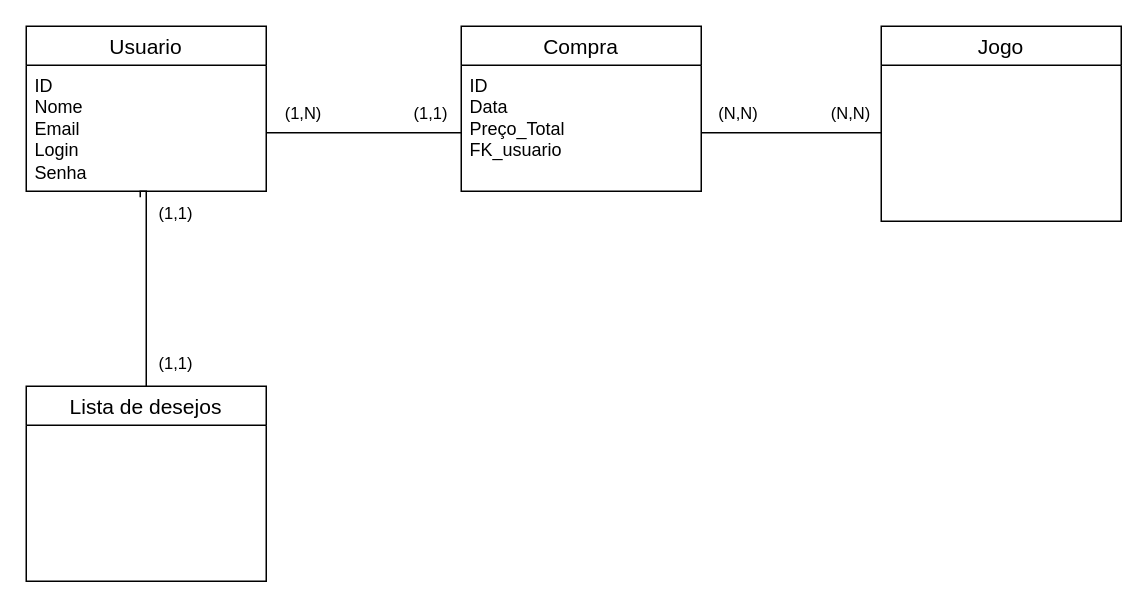
This is Diagrama de Relacionamento.drawio from JudilenaGalvao/API_Lojas_de_Jogos_Back, a draw.io file, before an edit. Source tidied: cells renumbered, new cells numbered last; positions are measured from the earlier drawing's top-left corner, leaving out a move shared by most shapes. Both pictures are drawn from the tidied source at 150%, with x=0, y=0 at pixel (26, 26).
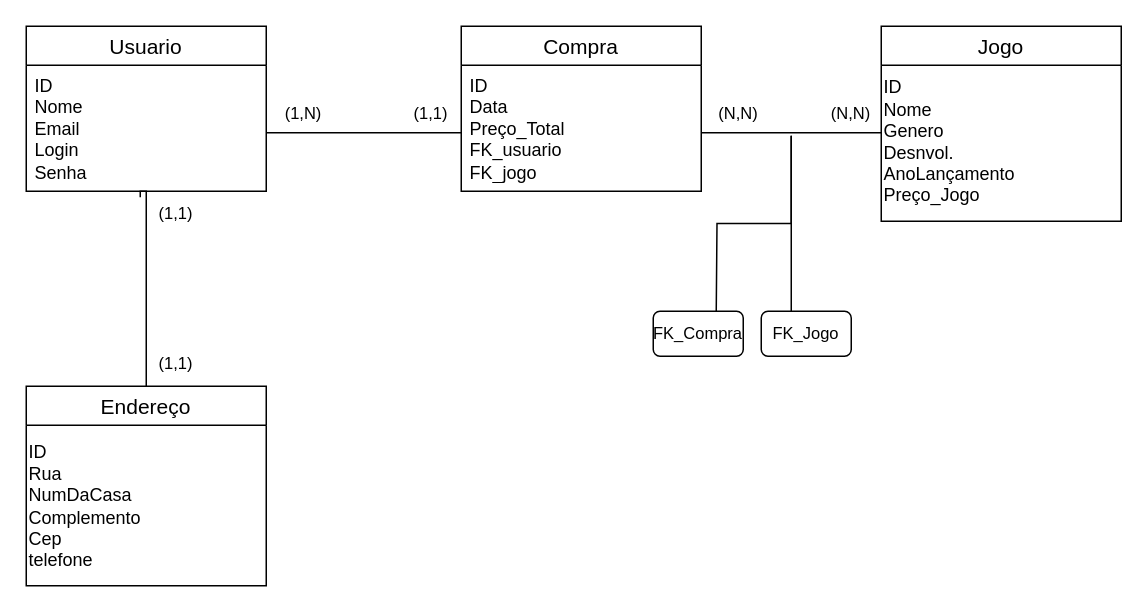
Above is the later version.

The change refers to these unchanged cells:
```xml
<mxCell id="3" value="Compra" style="swimlane;fontStyle=0;horizontal=1;startSize=26;align=center;fontSize=14;" parent="1" vertex="1">
  <mxGeometry x="290" width="160" height="110" as="geometry" />
</mxCell>
<mxCell id="14" value="(N,N)" style="text;html=1;strokeColor=none;fillColor=none;align=center;verticalAlign=middle;whiteSpace=wrap;rounded=0;fontSize=11;fontFamily=Helvetica;fontColor=default;" parent="1" vertex="1">
  <mxGeometry x="510" y="43" width="80" height="30" as="geometry" />
</mxCell>
```

Change to the diagram source:
```diff
@@
-    <mxCell id="4" value="ID&lt;br&gt;Data&lt;br&gt;Preço_Total&lt;br&gt;FK_usuario&lt;br&gt;&lt;br&gt;" style="text;strokeColor=none;fillColor=none;spacingLeft=4;spacingRight=4;overflow=hidden;fontSize=12;whiteSpace=wrap;html=1;" parent="3" vertex="1">
+    <mxCell id="4" value="ID&lt;br&gt;Data&lt;br&gt;Preço_Total&lt;br&gt;FK_usuario&lt;br&gt;FK_jogo&lt;br&gt;" style="text;strokeColor=none;fillColor=none;spacingLeft=4;spacingRight=4;overflow=hidden;fontSize=12;whiteSpace=wrap;html=1;" parent="3" vertex="1">
       <mxGeometry y="26" width="160" height="84" as="geometry" />
     </mxCell>
@@
-    <mxCell id="8" value="Lista de desejos" style="swimlane;fontStyle=0;horizontal=1;startSize=26;align=center;fontSize=14;" parent="1" vertex="1">
-      <mxGeometry y="240" width="160" height="130" as="geometry" />
+    <mxCell id="8" value="Endereço" style="swimlane;fontStyle=0;horizontal=1;startSize=26;align=center;fontSize=14;" parent="1" vertex="1">
+      <mxGeometry y="240" width="160" height="133" as="geometry" />
     </mxCell>
+    <mxCell id="17" value="ID&lt;br&gt;Rua&lt;br&gt;NumDaCasa&lt;br&gt;Complemento&lt;br&gt;Cep&lt;br&gt;telefone" style="text;html=1;strokeColor=none;fillColor=none;align=left;verticalAlign=middle;whiteSpace=wrap;rounded=0;" parent="8" vertex="1">
+      <mxGeometry y="26" width="160" height="107" as="geometry" />
+    </mxCell>
@@
+    <mxCell id="18" style="edgeStyle=orthogonalEdgeStyle;rounded=0;jettySize=auto;html=1;exitX=0;exitY=1;exitDx=0;exitDy=0;endArrow=none;endFill=0;" parent="1" edge="1" source="14">
+      <mxGeometry relative="1" as="geometry">
+        <mxPoint x="510" y="190" as="targetPoint" />
+      </mxGeometry>
+    </mxCell>
+    <mxCell id="19" style="edgeStyle=orthogonalEdgeStyle;rounded=0;jettySize=auto;html=1;exitX=0;exitY=1;exitDx=0;exitDy=0;endArrow=none;endFill=0;" parent="1" edge="1" source="14">
+      <mxGeometry relative="1" as="geometry">
+        <mxPoint x="460" y="190" as="targetPoint" />
+      </mxGeometry>
+    </mxCell>
@@
+    <mxCell id="20" value="ID&lt;br&gt;Nome&lt;br&gt;Genero&lt;br&gt;Desnvol.&lt;br&gt;AnoLançamento&lt;br&gt;Preço_Jogo" style="text;html=1;strokeColor=none;fillColor=none;align=left;verticalAlign=middle;whiteSpace=wrap;rounded=0;" parent="1" vertex="1">
+      <mxGeometry x="570" y="23" width="160" height="107" as="geometry" />
+    </mxCell>
+    <mxCell id="21" value="FK_Compra" style="rounded=1;whiteSpace=wrap;html=1;fontFamily=Helvetica;fontSize=11;fontColor=default;" parent="1" vertex="1">
+      <mxGeometry x="418" y="190" width="60" height="30" as="geometry" />
+    </mxCell>
+    <mxCell id="22" value="FK_Jogo" style="rounded=1;whiteSpace=wrap;html=1;fontFamily=Helvetica;fontSize=11;fontColor=default;" parent="1" vertex="1">
+      <mxGeometry x="490" y="190" width="60" height="30" as="geometry" />
+    </mxCell>
```
